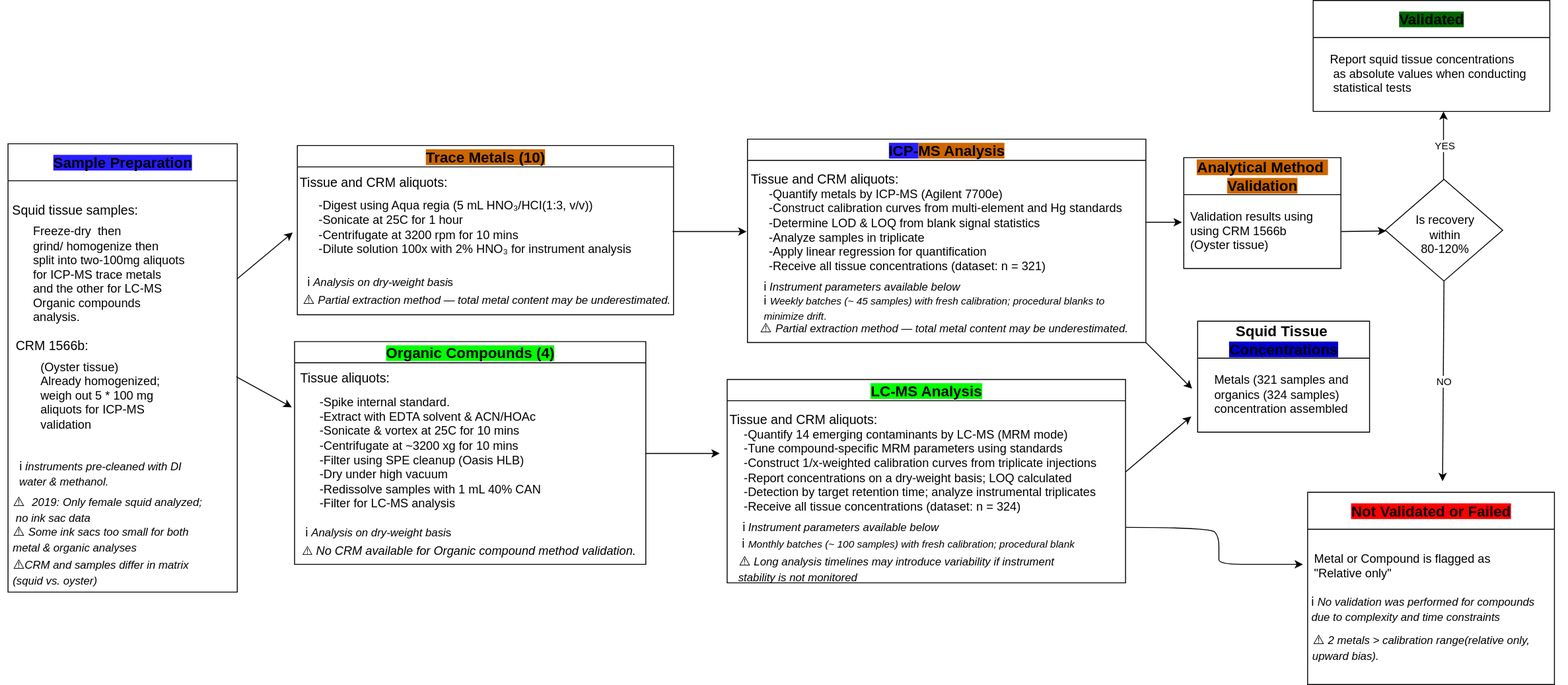
Earlier version of the draw.io export docs/Analytical_flowchart.svg (Euchie23/SquidStack). Source tidied: cells renumbered, new cells last; positions are measured from the earlier drawing's top-left corner, leaving out a move shared by most shapes.
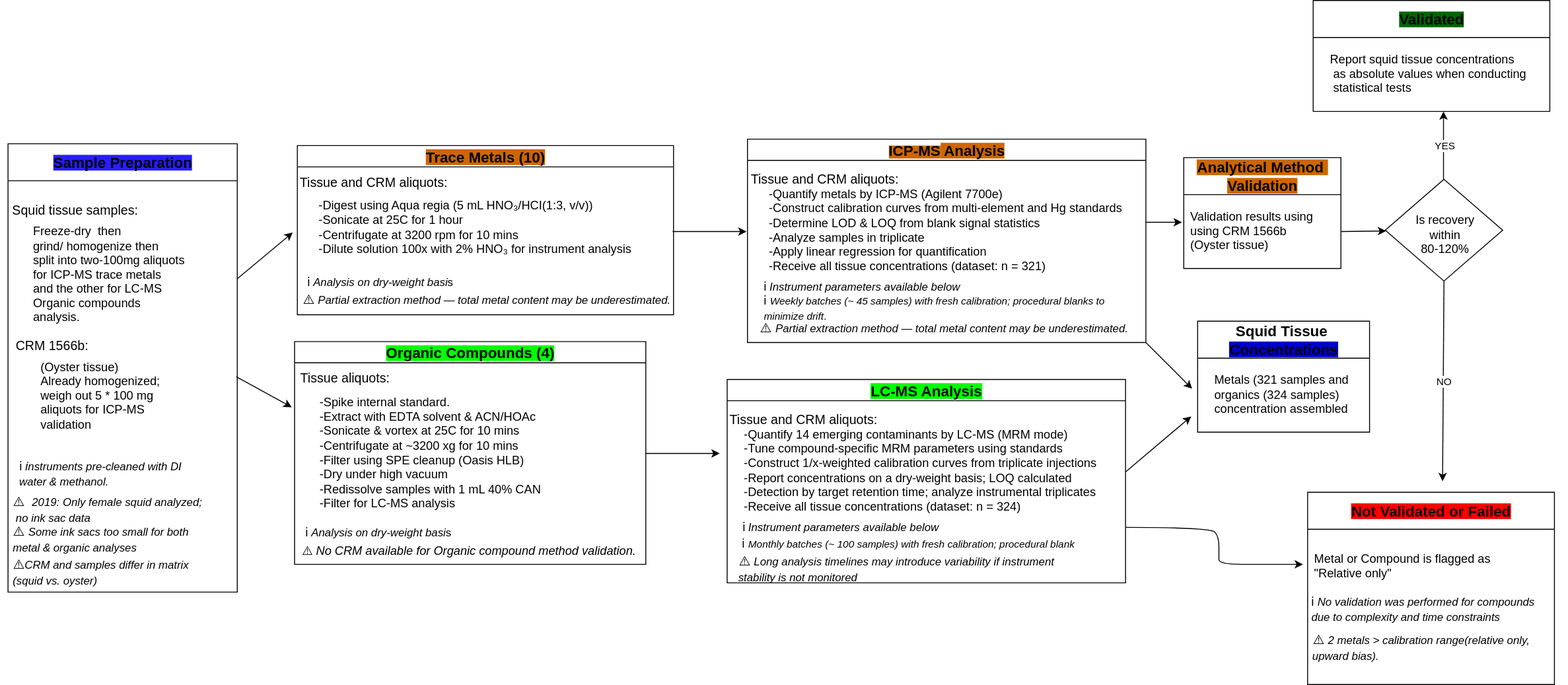
After the change.

Commit message:
Uploading updated Analytical flowchart

What changed in the source:
```diff
@@ -68,7 +68,7 @@
         <mxPoint x="807" y="250" as="targetPoint" />
       </mxGeometry>
     </mxCell>
-    <mxCell id="21" value="&lt;span style=&quot;font-size: 16px; background-color: light-dark(rgb(40, 29, 255), rgb(204, 102, 0));&quot;&gt;ICP-&lt;/span&gt;&lt;span style=&quot;font-size: 16px; background-color: light-dark(rgb(204, 102, 0), rgb(204, 102, 0));&quot;&gt;MS Analysis&lt;/span&gt;" style="swimlane;whiteSpace=wrap;html=1;" parent="1" vertex="1">
+    <mxCell id="21" value="&lt;span style=&quot;background-color: light-dark(rgb(204, 102, 0), rgb(204, 102, 0));&quot;&gt;&lt;span style=&quot;font-size: 16px;&quot;&gt;ICP-&lt;/span&gt;&lt;span style=&quot;font-size: 16px;&quot;&gt;MS&lt;/span&gt;&lt;/span&gt;&lt;span style=&quot;font-size: 16px; background-color: light-dark(rgb(204, 102, 0), rgb(204, 102, 0));&quot;&gt; Analysis&lt;/span&gt;" style="swimlane;whiteSpace=wrap;html=1;" parent="1" vertex="1">
       <mxGeometry x="808" y="150" width="431" height="220" as="geometry" />
     </mxCell>
     <mxCell id="22" value="&lt;div&gt;&lt;span style=&quot;background-color: transparent; color: light-dark(rgb(0, 0, 0), rgb(255, 255, 255));&quot;&gt;-Quantify metals by ICP-MS (Agilent 7700e)&lt;/span&gt;&lt;/div&gt;&lt;div&gt;&lt;span style=&quot;background-color: transparent; color: light-dark(rgb(0, 0, 0), rgb(255, 255, 255));&quot;&gt;-&lt;/span&gt;&lt;span style=&quot;background-color: transparent; color: light-dark(rgb(0, 0, 0), rgb(255, 255, 255));&quot;&gt;Construct calibration curves from multi-element and Hg standards&lt;/span&gt;&lt;/div&gt;&lt;div&gt;&lt;span style=&quot;background-color: transparent; color: light-dark(rgb(0, 0, 0), rgb(255, 255, 255));&quot;&gt;-&lt;/span&gt;&lt;span style=&quot;background-color: transparent; color: light-dark(rgb(0, 0, 0), rgb(255, 255, 255));&quot;&gt;Determine LOD &amp;amp; LOQ from blank signal statistics&lt;/span&gt;&lt;/div&gt;&lt;div&gt;&lt;span style=&quot;background-color: transparent; color: light-dark(rgb(0, 0, 0), rgb(255, 255, 255));&quot;&gt;-&lt;/span&gt;&lt;span style=&quot;background-color: transparent; color: light-dark(rgb(0, 0, 0), rgb(255, 255, 255));&quot;&gt;Analyze samples in triplicate&lt;/span&gt;&lt;/div&gt;&lt;div&gt;&lt;span style=&quot;background-color: transparent; color: light-dark(rgb(0, 0, 0), rgb(255, 255, 255));&quot;&gt;-&lt;/span&gt;&lt;span style=&quot;background-color: transparent; color: light-dark(rgb(0, 0, 0), rgb(255, 255, 255));&quot;&gt;Apply linear regression for quantification&lt;/span&gt;&lt;/div&gt;&lt;div&gt;&lt;span style=&quot;background-color: transparent; color: light-dark(rgb(0, 0, 0), rgb(255, 255, 255));&quot;&gt;-Receive all tissue concentrations (dataset: n = 321)&lt;/span&gt;&lt;/div&gt;" style="text;html=1;align=left;verticalAlign=middle;strokeColor=none;fillColor=none;fontSize=13;" parent="21" vertex="1">
```
